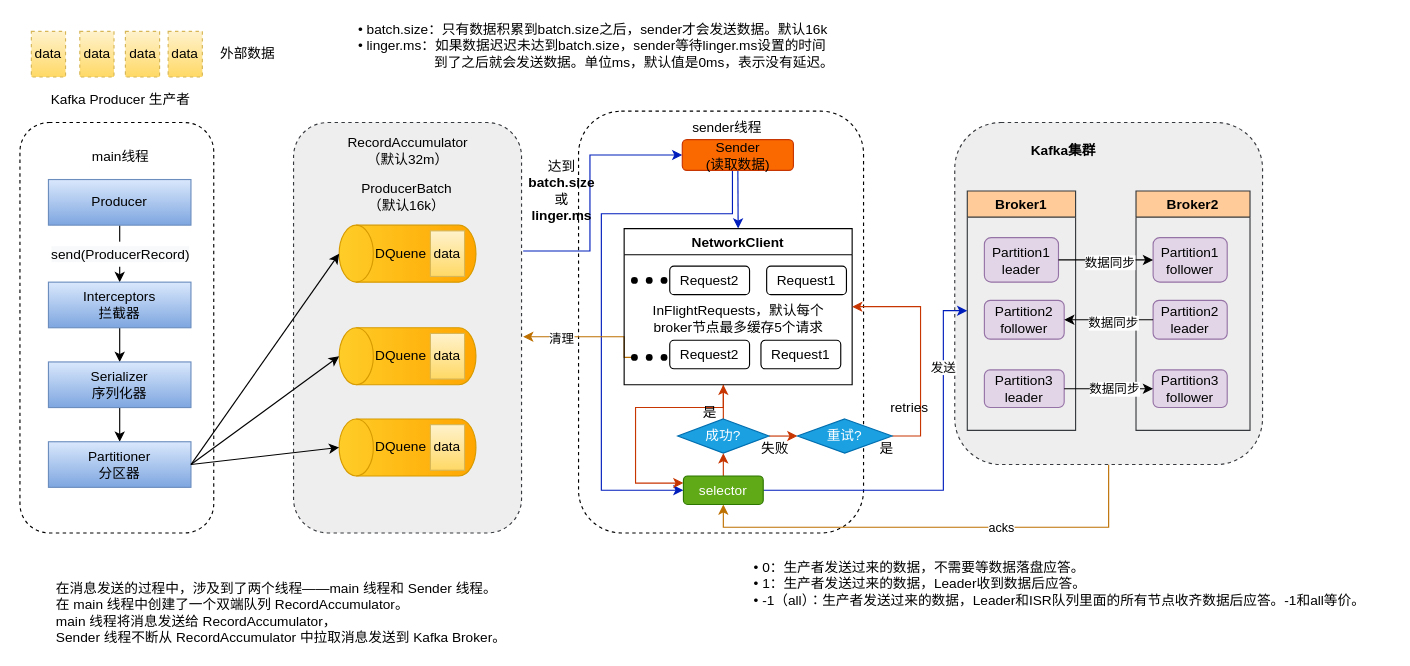
Above: page "02 kafka生产者发送消息流程" (3 of 9) of middleware/kafka/kafka流程图.drawio in yanglei1992/documents (draw.io), before the change. Source tidied: cells renumbered, new cells numbered last; positions are measured from the earlier drawing's top-left corner, leaving out a move shared by most shapes. Both pictures are drawn from the tidied source at 114%, with x=0, y=0 at pixel (19, 19).
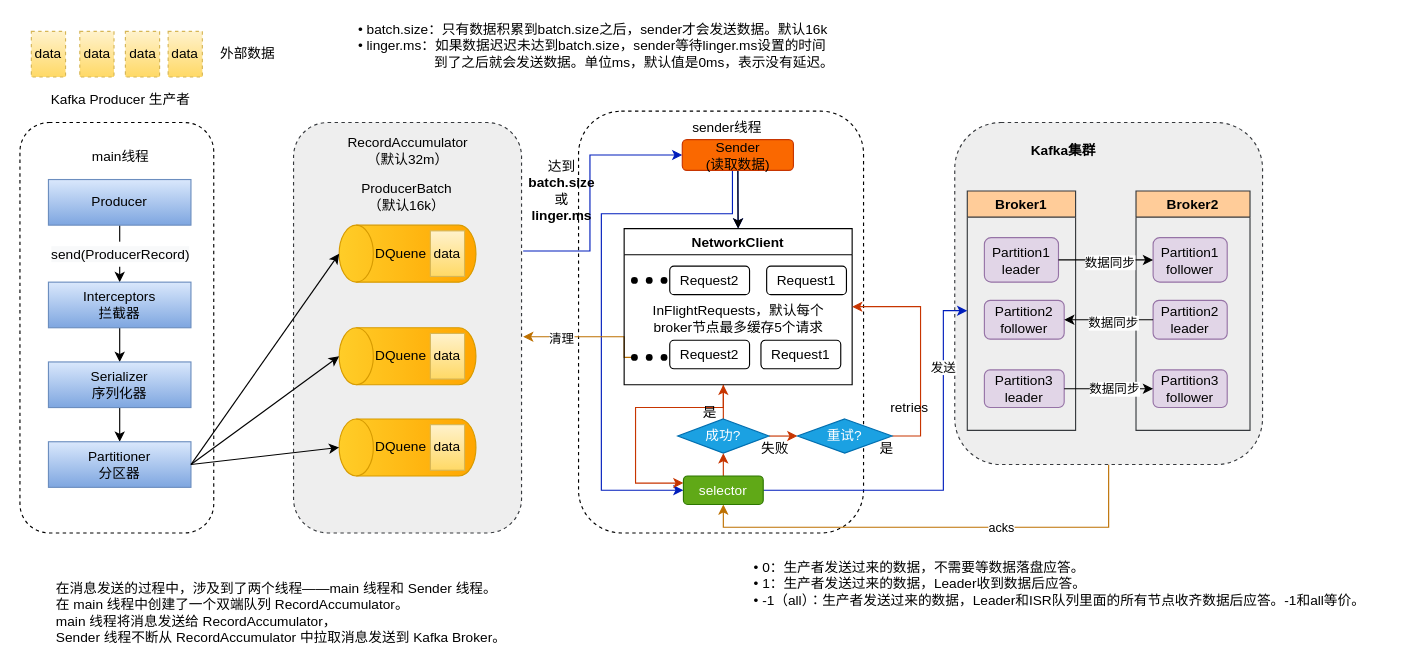
The same diagram, later.

Unchanged cells that the change refers to:
```xml
<mxCell id="34" value="Sender&lt;br/&gt;(读取数据)" style="rounded=1;whiteSpace=wrap;html=1;shadow=0;fillColor=#fa6800;fontColor=#000000;strokeColor=#C73500;" parent="1" vertex="1">
  <mxGeometry x="581" y="105" width="97.5" height="27" as="geometry" />
</mxCell>
<mxCell id="39" value="NetworkClient" style="swimlane;shadow=0;" parent="1" vertex="1">
  <mxGeometry x="530" y="183" width="200" height="137" as="geometry" />
</mxCell>
```

What changed in the source:
```diff
@@
+    <mxCell id="87" style="edgeStyle=orthogonalEdgeStyle;rounded=0;jettySize=auto;html=1;exitX=0.5;exitY=1;exitDx=0;exitDy=0;" parent="1" edge="1" source="34" target="39">
+      <mxGeometry relative="1" as="geometry" />
+    </mxCell>
```
